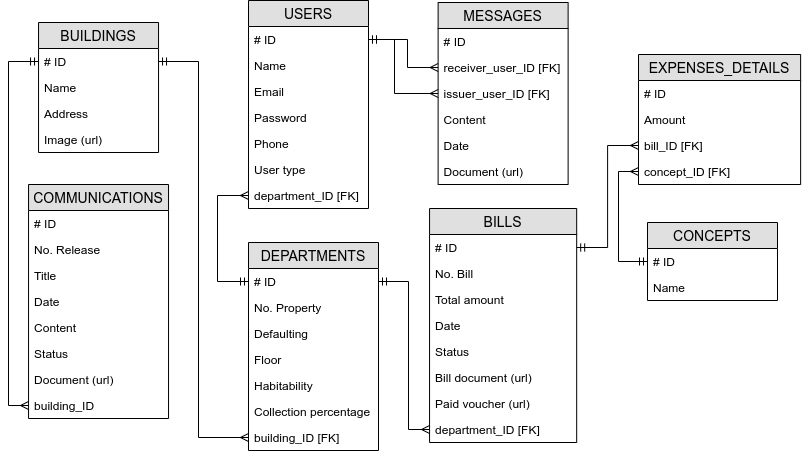
Before: diagrama_logico.png, a diagram exported from draw.io (glenn-dev/comunidapp). Source tidied: cells renumbered, new cells last; positions are measured from the earlier drawing's top-left corner, leaving out a move shared by most shapes.
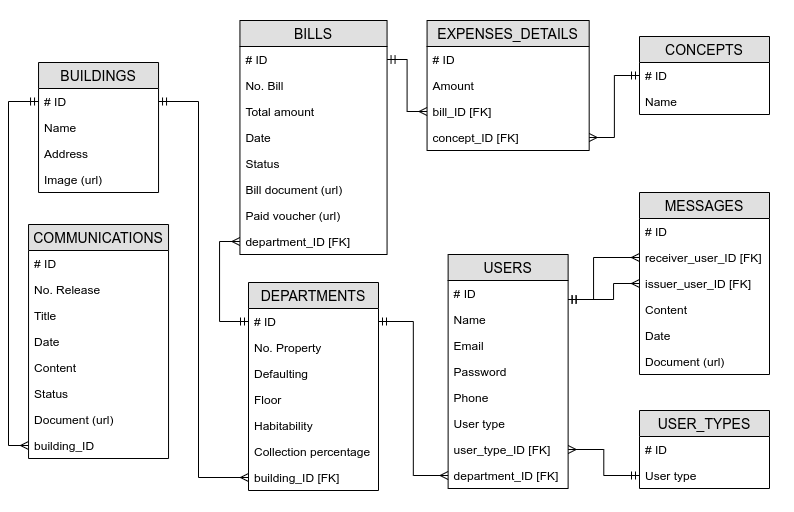
Above is the later version.

The edit, as a diff of the source:
```diff
@@ -3,7 +3,7 @@
     <mxCell id="0" />
     <mxCell id="1" parent="0" />
     <mxCell id="2" value="USERS" style="swimlane;fontStyle=0;horizontal=1;startSize=26;fillColor=#e0e0e0;swimlaneFillColor=#ffffff;align=center;fontSize=14;" parent="1" vertex="1">
-      <mxGeometry x="240" width="120" height="208" as="geometry" />
+      <mxGeometry x="453.6" y="272" width="120" height="234" as="geometry" />
     </mxCell>
     <mxCell id="3" value="# ID" style="text;strokeColor=none;fillColor=none;spacingLeft=4;spacingRight=4;overflow=hidden;points=[[0,0.5],[1,0.5]];portConstraint=eastwest;fontSize=12;" parent="2" vertex="1">
       <mxGeometry y="26" width="120" height="26" as="geometry" />
@@ -23,11 +23,14 @@
     <mxCell id="8" value="User type" style="text;strokeColor=none;fillColor=none;spacingLeft=4;spacingRight=4;overflow=hidden;fontSize=12;" parent="2" vertex="1">
       <mxGeometry y="156" width="120" height="26" as="geometry" />
     </mxCell>
+    <mxCell id="64" value="user_type_ID [FK]" style="text;strokeColor=none;fillColor=none;spacingLeft=4;spacingRight=4;overflow=hidden;points=[[0,0.5],[1,0.5]];portConstraint=eastwest;fontSize=12;" parent="2" vertex="1">
+      <mxGeometry y="182" width="120" height="26" as="geometry" />
+    </mxCell>
     <mxCell id="9" value="department_ID [FK]" style="text;strokeColor=none;fillColor=none;spacingLeft=4;spacingRight=4;overflow=hidden;points=[[0,0.5],[1,0.5]];portConstraint=eastwest;fontSize=12;" parent="2" vertex="1">
-      <mxGeometry y="182" width="120" height="26" as="geometry" />
+      <mxGeometry y="208" width="120" height="26" as="geometry" />
     </mxCell>
     <mxCell id="10" value="BILLS" style="swimlane;fontStyle=0;horizontal=1;startSize=26;fillColor=#e0e0e0;swimlaneFillColor=#ffffff;align=center;fontSize=14;" parent="1" vertex="1">
-      <mxGeometry x="421.1" y="208" width="147.1" height="234" as="geometry" />
+      <mxGeometry x="245.4" y="38" width="147.1" height="234" as="geometry" />
     </mxCell>
     <mxCell id="11" value="# ID" style="text;strokeColor=none;fillColor=none;spacingLeft=4;spacingRight=4;overflow=hidden;points=[[0,0.5],[1,0.5]];portConstraint=eastwest;fontSize=12;" parent="10" vertex="1">
       <mxGeometry y="26" width="147.1" height="26" as="geometry" />
@@ -54,7 +57,7 @@
       <mxGeometry y="208" width="147.1" height="26" as="geometry" />
     </mxCell>
     <mxCell id="19" value="COMMUNICATIONS" style="swimlane;fontStyle=0;horizontal=1;startSize=26;fillColor=#e0e0e0;swimlaneFillColor=#ffffff;align=center;fontSize=14;" parent="1" vertex="1">
-      <mxGeometry x="20" y="184" width="140" height="234" as="geometry" />
+      <mxGeometry x="34" y="242" width="140" height="234" as="geometry" />
     </mxCell>
     <mxCell id="20" value="# ID" style="text;strokeColor=none;fillColor=none;spacingLeft=4;spacingRight=4;overflow=hidden;fontSize=12;" parent="19" vertex="1">
       <mxGeometry y="26" width="140" height="26" as="geometry" />
@@ -81,7 +84,7 @@
       <mxGeometry y="208" width="140" height="26" as="geometry" />
     </mxCell>
     <mxCell id="28" value="MESSAGES" style="swimlane;fontStyle=0;horizontal=1;startSize=26;fillColor=#e0e0e0;swimlaneFillColor=#ffffff;align=center;fontSize=14;" parent="1" vertex="1">
-      <mxGeometry x="429.6" y="2" width="130" height="182" as="geometry" />
+      <mxGeometry x="645" y="210" width="130" height="182" as="geometry" />
     </mxCell>
     <mxCell id="29" value="# ID" style="text;strokeColor=none;fillColor=none;spacingLeft=4;spacingRight=4;overflow=hidden;fontSize=12;" parent="28" vertex="1">
       <mxGeometry y="26" width="130" height="26" as="geometry" />
@@ -102,7 +105,7 @@
       <mxGeometry y="156" width="130" height="26" as="geometry" />
     </mxCell>
     <mxCell id="35" value="BUILDINGS" style="swimlane;fontStyle=0;horizontal=1;startSize=26;fillColor=#e0e0e0;swimlaneFillColor=#ffffff;align=center;fontSize=14;" parent="1" vertex="1">
-      <mxGeometry x="30" y="22" width="120" height="130" as="geometry" />
+      <mxGeometry x="44" y="80" width="120" height="130" as="geometry" />
     </mxCell>
     <mxCell id="36" value="# ID" style="text;strokeColor=none;fillColor=none;spacingLeft=4;spacingRight=4;overflow=hidden;points=[[0,0.5],[1,0.5]];portConstraint=eastwest;fontSize=12;" parent="35" vertex="1">
       <mxGeometry y="26" width="120" height="26" as="geometry" />
@@ -117,7 +120,7 @@
       <mxGeometry y="104" width="120" height="26" as="geometry" />
     </mxCell>
     <mxCell id="40" value="DEPARTMENTS" style="swimlane;fontStyle=0;horizontal=1;startSize=26;fillColor=#e0e0e0;swimlaneFillColor=#ffffff;align=center;fontSize=14;" parent="1" vertex="1">
-      <mxGeometry x="240" y="242" width="130" height="208" as="geometry" />
+      <mxGeometry x="254" y="300" width="130" height="208" as="geometry" />
     </mxCell>
     <mxCell id="41" value="# ID" style="text;strokeColor=none;fillColor=none;spacingLeft=4;spacingRight=4;overflow=hidden;points=[[0,0.5],[1,0.5]];portConstraint=eastwest;fontSize=12;" parent="40" vertex="1">
       <mxGeometry y="26" width="130" height="26" as="geometry" />
@@ -141,7 +144,7 @@
       <mxGeometry y="182" width="130" height="26" as="geometry" />
     </mxCell>
     <mxCell id="48" value="EXPENSES_DETAILS" style="swimlane;fontStyle=0;horizontal=1;startSize=26;fillColor=#e0e0e0;swimlaneFillColor=#ffffff;align=center;fontSize=14;" parent="1" vertex="1">
-      <mxGeometry x="630" y="54" width="162.1" height="130" as="geometry" />
+      <mxGeometry x="432.6" y="38" width="162.1" height="130" as="geometry" />
     </mxCell>
     <mxCell id="49" value="# ID" style="text;strokeColor=none;fillColor=none;spacingLeft=4;spacingRight=4;overflow=hidden;fontSize=12;" parent="48" vertex="1">
       <mxGeometry y="26" width="162.1" height="26" as="geometry" />
@@ -158,45 +161,29 @@
     <mxCell id="53" style="edgeStyle=orthogonalEdgeStyle;rounded=0;jettySize=auto;html=1;entryX=0;entryY=0.5;entryDx=0;entryDy=0;startArrow=ERmandOne;startFill=0;endArrow=ERmany;endFill=0;" parent="1" edge="1" source="36" target="27">
       <mxGeometry relative="1" as="geometry">
         <Array as="points">
-          <mxPoint y="61" />
-          <mxPoint y="405" />
+          <mxPoint x="14" y="119" />
+          <mxPoint x="14" y="463" />
         </Array>
       </mxGeometry>
     </mxCell>
     <mxCell id="54" style="edgeStyle=orthogonalEdgeStyle;rounded=0;jettySize=auto;html=1;entryX=0;entryY=0.5;entryDx=0;entryDy=0;startArrow=ERmandOne;startFill=0;endArrow=ERmany;endFill=0;" parent="1" edge="1" source="36" target="47">
       <mxGeometry relative="1" as="geometry">
         <Array as="points">
-          <mxPoint x="190" y="61" />
-          <mxPoint x="190" y="437" />
+          <mxPoint x="204" y="119" />
+          <mxPoint x="204" y="495" />
         </Array>
       </mxGeometry>
     </mxCell>
-    <mxCell id="55" style="edgeStyle=orthogonalEdgeStyle;rounded=0;jettySize=auto;html=1;entryX=0;entryY=0.5;entryDx=0;entryDy=0;startArrow=ERmandOne;startFill=0;endArrow=ERmany;endFill=0;exitX=1;exitY=0.5;exitDx=0;exitDy=0;" parent="1" edge="1" source="41" target="18">
+    <mxCell id="55" style="edgeStyle=orthogonalEdgeStyle;rounded=0;jettySize=auto;html=1;entryX=0;entryY=0.5;entryDx=0;entryDy=0;startArrow=ERmandOne;startFill=0;endArrow=ERmany;endFill=0;exitX=0;exitY=0.5;exitDx=0;exitDy=0;" parent="1" edge="1" source="41" target="18">
       <mxGeometry relative="1" as="geometry">
         <Array as="points">
-          <mxPoint x="400" y="281" />
-          <mxPoint x="400" y="429" />
+          <mxPoint x="225" y="339" />
+          <mxPoint x="225" y="259" />
         </Array>
       </mxGeometry>
     </mxCell>
-    <mxCell id="56" style="edgeStyle=orthogonalEdgeStyle;rounded=0;jettySize=auto;html=1;entryX=0;entryY=0.5;entryDx=0;entryDy=0;startArrow=ERmandOne;startFill=0;endArrow=ERmany;endFill=0;" parent="1" edge="1" source="41" target="9">
-      <mxGeometry relative="1" as="geometry">
-        <Array as="points">
-          <mxPoint x="209" y="281" />
-          <mxPoint x="209" y="195" />
-        </Array>
-      </mxGeometry>
-    </mxCell>
-    <mxCell id="57" style="edgeStyle=orthogonalEdgeStyle;rounded=0;jettySize=auto;html=1;entryX=0;entryY=0.5;entryDx=0;entryDy=0;startArrow=ERmandOne;startFill=0;endArrow=ERmany;endFill=0;exitX=1;exitY=0.5;exitDx=0;exitDy=0;" parent="1" edge="1" source="3" target="31">
-      <mxGeometry relative="1" as="geometry">
-        <Array as="points">
-          <mxPoint x="386" y="39" />
-          <mxPoint x="386" y="93" />
-        </Array>
-      </mxGeometry>
-    </mxCell>
     <mxCell id="58" value="CONCEPTS" style="swimlane;fontStyle=0;horizontal=1;startSize=26;fillColor=#e0e0e0;swimlaneFillColor=#ffffff;align=center;fontSize=14;" parent="1" vertex="1">
-      <mxGeometry x="639" y="222" width="130" height="78" as="geometry" />
+      <mxGeometry x="645" y="54" width="130" height="78" as="geometry" />
     </mxCell>
     <mxCell id="59" value="# ID" style="text;strokeColor=none;fillColor=none;spacingLeft=4;spacingRight=4;overflow=hidden;points=[[0,0.5],[1,0.5]];portConstraint=eastwest;fontSize=12;" parent="58" vertex="1">
       <mxGeometry y="26" width="130" height="26" as="geometry" />
@@ -204,24 +191,51 @@
     <mxCell id="60" value="Name" style="text;strokeColor=none;fillColor=none;spacingLeft=4;spacingRight=4;overflow=hidden;fontSize=12;" parent="58" vertex="1">
       <mxGeometry y="52" width="130" height="26" as="geometry" />
     </mxCell>
+    <mxCell id="65" value="USER_TYPES" style="swimlane;fontStyle=0;horizontal=1;startSize=26;fillColor=#e0e0e0;swimlaneFillColor=#ffffff;align=center;fontSize=14;" parent="1" vertex="1">
+      <mxGeometry x="645" y="428" width="130" height="78" as="geometry" />
+    </mxCell>
+    <mxCell id="66" value="# ID" style="text;strokeColor=none;fillColor=none;spacingLeft=4;spacingRight=4;overflow=hidden;fontSize=12;" parent="65" vertex="1">
+      <mxGeometry y="26" width="130" height="26" as="geometry" />
+    </mxCell>
+    <mxCell id="67" value="User type" style="text;strokeColor=none;fillColor=none;spacingLeft=4;spacingRight=4;overflow=hidden;points=[[0,0.5],[1,0.5]];portConstraint=eastwest;fontSize=12;" parent="65" vertex="1">
+      <mxGeometry y="52" width="130" height="26" as="geometry" />
+    </mxCell>
-    <mxCell id="61" style="edgeStyle=orthogonalEdgeStyle;rounded=0;jettySize=auto;html=1;entryX=0;entryY=0.5;entryDx=0;entryDy=0;startArrow=ERmandOne;startFill=0;endArrow=ERmany;endFill=0;" parent="1" edge="1" source="59" target="52">
-      <mxGeometry relative="1" as="geometry">
-        <Array as="points">
-          <mxPoint x="610" y="261" />
-          <mxPoint x="610" y="171" />
-        </Array>
-      </mxGeometry>
+    <mxCell id="61" style="edgeStyle=orthogonalEdgeStyle;rounded=0;jettySize=auto;html=1;entryX=1;entryY=0.5;entryDx=0;entryDy=0;startArrow=ERmandOne;startFill=0;endArrow=ERmany;endFill=0;" parent="1" edge="1" source="59" target="52">
+      <mxGeometry relative="1" as="geometry" />
     </mxCell>
+    <mxCell id="63" style="edgeStyle=orthogonalEdgeStyle;rounded=0;jettySize=auto;html=1;entryX=0;entryY=0.5;entryDx=0;entryDy=0;startArrow=ERmandOne;startFill=0;endArrow=ERmany;endFill=0;" parent="1" edge="1" source="11" target="51">
+      <mxGeometry relative="1" as="geometry" />
+    </mxCell>
+    <mxCell id="68" style="edgeStyle=orthogonalEdgeStyle;rounded=0;jettySize=auto;html=1;entryX=1;entryY=0.5;entryDx=0;entryDy=0;startArrow=ERmandOne;startFill=0;endArrow=ERmany;endFill=0;" parent="1" edge="1" source="67" target="64">
+      <mxGeometry relative="1" as="geometry" />
+    </mxCell>
+    <mxCell id="56" style="edgeStyle=orthogonalEdgeStyle;rounded=0;jettySize=auto;html=1;entryX=0;entryY=0.5;entryDx=0;entryDy=0;startArrow=ERmandOne;startFill=0;endArrow=ERmany;endFill=0;" parent="1" edge="1" source="41" target="9">
+      <mxGeometry relative="1" as="geometry" />
+    </mxCell>
     <mxCell id="62" style="edgeStyle=orthogonalEdgeStyle;rounded=0;jettySize=auto;html=1;entryX=0;entryY=0.5;entryDx=0;entryDy=0;startArrow=ERmandOne;startFill=0;endArrow=ERmany;endFill=0;" parent="1" edge="1" source="3" target="30">
       <mxGeometry relative="1" as="geometry">
         <Array as="points">
-          <mxPoint x="399" y="39" />
-          <mxPoint x="399" y="67" />
+          <mxPoint x="599" y="317" />
+          <mxPoint x="599" y="275" />
         </Array>
       </mxGeometry>
     </mxCell>
-    <mxCell id="63" style="edgeStyle=orthogonalEdgeStyle;rounded=0;jettySize=auto;html=1;entryX=0;entryY=0.5;entryDx=0;entryDy=0;startArrow=ERmandOne;startFill=0;endArrow=ERmany;endFill=0;" parent="1" edge="1" source="11" target="51">
-      <mxGeometry relative="1" as="geometry" />
-    </mxCell>
+    <mxCell id="57" style="edgeStyle=orthogonalEdgeStyle;rounded=0;jettySize=auto;html=1;entryX=0;entryY=0.5;entryDx=0;entryDy=0;startArrow=ERmandOne;startFill=0;endArrow=ERmany;endFill=0;" parent="1" edge="1" source="3" target="31">
+      <mxGeometry relative="1" as="geometry">
+        <Array as="points">
+          <mxPoint x="619" y="317" />
+          <mxPoint x="619" y="301" />
+        </Array>
+      </mxGeometry>
+    </mxCell>
+    <mxCell id="69" value="&lt;font color=&quot;#ffffff&quot;&gt;o&lt;/font&gt;" style="text;html=1;strokeColor=none;fillColor=none;align=center;verticalAlign=middle;whiteSpace=wrap;rounded=0;" parent="1" vertex="1">
+      <mxGeometry x="759" y="184" width="40" height="20" as="geometry" />
+    </mxCell>
+    <mxCell id="70" value="&lt;font color=&quot;#ffffff&quot;&gt;o&lt;/font&gt;" style="text;html=1;strokeColor=none;fillColor=none;align=center;verticalAlign=middle;whiteSpace=wrap;rounded=0;" parent="1" vertex="1">
+      <mxGeometry x="419" y="18" width="40" height="20" as="geometry" />
+    </mxCell>
+    <mxCell id="71" value="&lt;font color=&quot;#ffffff&quot;&gt;o&lt;/font&gt;" style="text;html=1;strokeColor=none;fillColor=none;align=center;verticalAlign=middle;whiteSpace=wrap;rounded=0;" parent="1" vertex="1">
+      <mxGeometry x="392.6" y="508" width="40" height="20" as="geometry" />
+    </mxCell>
   </root>
 </mxGraphModel>
```
